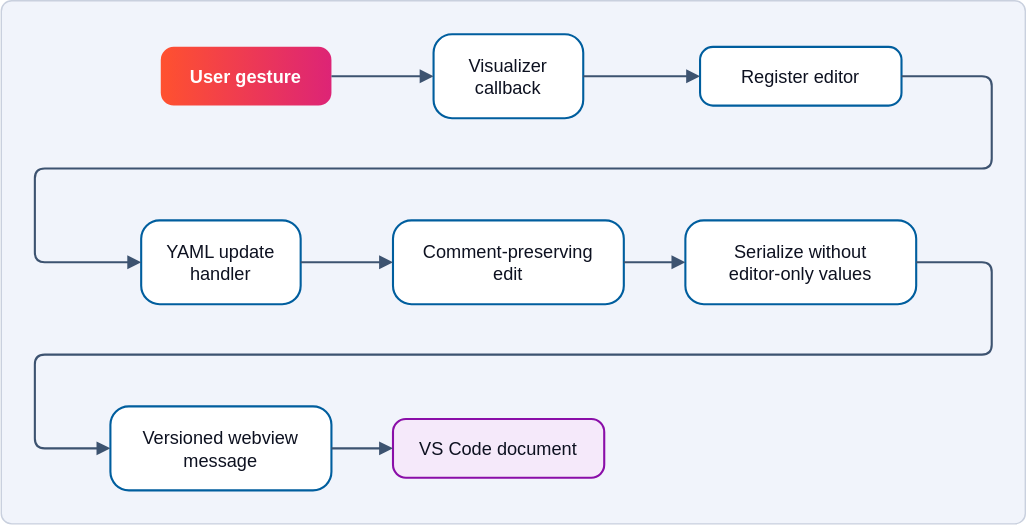
The draw.io diagram docs/images/diagrams/reference-bitfield-interaction-1.drawio.svg in bleviet/ipcraft-vscode, before a commit. Source tidied: cells renumbered, new cells last; positions are measured from the earlier drawing's top-left corner, leaving out a move shared by most shapes.
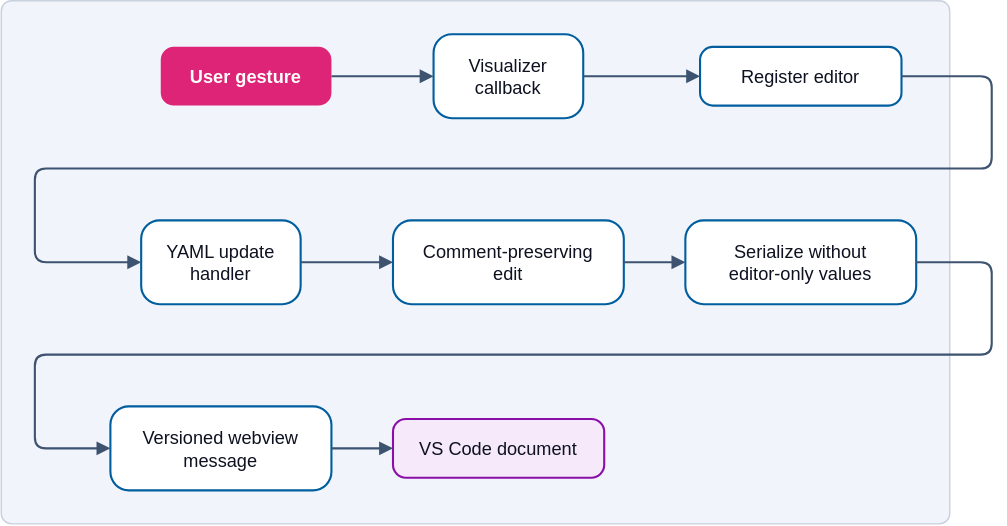
After the commit.

The edit, as a diff of the source:
```diff
@@ -3,10 +3,10 @@
     <mxCell id="0" />
     <mxCell id="1" value="Background" parent="0" />
     <mxCell id="2" style="rounded=1;arcSize=2;absoluteArcSize=0;fillColor=#f1f4fb;strokeColor=#c9d0de;" parent="1" vertex="1">
-      <mxGeometry width="732" height="374" as="geometry" />
+      <mxGeometry width="678" height="374" as="geometry" />
     </mxCell>
     <mxCell id="3" value="Diagram" parent="0" />
-    <mxCell id="4" value="User gesture" style="fontFamily=Manrope, Helvetica, Arial, sans-serif;fontSize=13;fontColor=#0d1120;strokeWidth=1.5;rounded=1;arcSize=22;fillColor=#ff512f;gradientColor=#dd2476;gradientDirection=east;strokeColor=none;fontColor=#ffffff;fontStyle=1;" parent="3" vertex="1">
+    <mxCell id="4" value="User gesture" style="fontFamily=Manrope, Helvetica, Arial, sans-serif;fontSize=13;fontColor=#0d1120;strokeWidth=1.5;rounded=1;arcSize=22;fillColor=#dd2476;strokeColor=none;fontColor=#ffffff;fontStyle=1;" parent="3" vertex="1">
       <mxGeometry x="114" y="33" width="122" height="42" as="geometry" />
     </mxCell>
     <mxCell id="5" value="Visualizer&#10;callback" style="fontFamily=Manrope, Helvetica, Arial, sans-serif;fontSize=13;fontColor=#0d1120;strokeWidth=1.5;rounded=1;arcSize=22;fillColor=#ffffff;strokeColor=#005e9e;" parent="3" vertex="1">
@@ -30,13 +30,13 @@
     <mxCell id="11" value="VS Code document" style="fontFamily=Manrope, Helvetica, Arial, sans-serif;fontSize=13;fontColor=#0d1120;strokeWidth=1.5;rounded=1;arcSize=22;fillColor=#f5e9fa;strokeColor=#8a0ea8;" parent="3" vertex="1">
       <mxGeometry x="280" y="299" width="151" height="42" as="geometry" />
     </mxCell>
-    <mxCell id="12" style="edgeStyle=orthogonalEdgeStyle;rounded=1;arcSize=14;strokeColor=#3d5370;strokeWidth=1.5;endArrow=block;endFill=1;endSize=6;fontFamily=Manrope, Helvetica, Arial, sans-serif;fontSize=11;fontColor=#3d5370;labelBackgroundColor=#f1f4fb;exitX=1;exitY=0.5;exitDx=0;exitDy=0;entryX=0;entryY=0.5;entryDx=0;entryDy=0;" parent="3" edge="1" source="4" target="5">
+    <mxCell id="12" style="edgeStyle=orthogonalEdgeStyle;rounded=1;arcSize=16;html=0;strokeColor=#3d5370;strokeWidth=1.5;endArrow=block;endFill=1;endSize=6;fontFamily=Manrope, Helvetica, Arial, sans-serif;fontSize=11;fontColor=#3d5370;labelBackgroundColor=#f1f4fb;exitX=1;exitY=0.5;exitDx=0;exitDy=0;entryX=0;entryY=0.5;entryDx=0;entryDy=0;" parent="3" edge="1" source="4" target="5">
       <mxGeometry relative="1" as="geometry" />
     </mxCell>
-    <mxCell id="13" style="edgeStyle=orthogonalEdgeStyle;rounded=1;arcSize=14;strokeColor=#3d5370;strokeWidth=1.5;endArrow=block;endFill=1;endSize=6;fontFamily=Manrope, Helvetica, Arial, sans-serif;fontSize=11;fontColor=#3d5370;labelBackgroundColor=#f1f4fb;exitX=1;exitY=0.5;exitDx=0;exitDy=0;entryX=0;entryY=0.5;entryDx=0;entryDy=0;" parent="3" edge="1" source="5" target="6">
+    <mxCell id="13" style="edgeStyle=orthogonalEdgeStyle;rounded=1;arcSize=16;html=0;strokeColor=#3d5370;strokeWidth=1.5;endArrow=block;endFill=1;endSize=6;fontFamily=Manrope, Helvetica, Arial, sans-serif;fontSize=11;fontColor=#3d5370;labelBackgroundColor=#f1f4fb;exitX=1;exitY=0.5;exitDx=0;exitDy=0;entryX=0;entryY=0.5;entryDx=0;entryDy=0;" parent="3" edge="1" source="5" target="6">
       <mxGeometry relative="1" as="geometry" />
     </mxCell>
-    <mxCell id="14" style="edgeStyle=orthogonalEdgeStyle;rounded=1;arcSize=14;strokeColor=#3d5370;strokeWidth=1.5;endArrow=block;endFill=1;endSize=6;fontFamily=Manrope, Helvetica, Arial, sans-serif;fontSize=11;fontColor=#3d5370;labelBackgroundColor=#f1f4fb;exitX=1;exitY=0.5;exitDx=0;exitDy=0;entryX=0;entryY=0.5;entryDx=0;entryDy=0;" parent="3" edge="1" source="6" target="7">
+    <mxCell id="14" style="edgeStyle=orthogonalEdgeStyle;rounded=1;arcSize=16;html=0;strokeColor=#3d5370;strokeWidth=1.5;endArrow=block;endFill=1;endSize=6;fontFamily=Manrope, Helvetica, Arial, sans-serif;fontSize=11;fontColor=#3d5370;labelBackgroundColor=#f1f4fb;exitX=1;exitY=0.5;exitDx=0;exitDy=0;entryX=0;entryY=0.5;entryDx=0;entryDy=0;" parent="3" edge="1" source="6" target="7">
       <mxGeometry relative="1" as="geometry">
         <Array as="points">
           <mxPoint x="708" y="54" />
@@ -46,13 +46,13 @@
         </Array>
       </mxGeometry>
     </mxCell>
-    <mxCell id="15" style="edgeStyle=orthogonalEdgeStyle;rounded=1;arcSize=14;strokeColor=#3d5370;strokeWidth=1.5;endArrow=block;endFill=1;endSize=6;fontFamily=Manrope, Helvetica, Arial, sans-serif;fontSize=11;fontColor=#3d5370;labelBackgroundColor=#f1f4fb;exitX=1;exitY=0.5;exitDx=0;exitDy=0;entryX=0;entryY=0.5;entryDx=0;entryDy=0;" parent="3" edge="1" source="7" target="8">
+    <mxCell id="15" style="edgeStyle=orthogonalEdgeStyle;rounded=1;arcSize=16;html=0;strokeColor=#3d5370;strokeWidth=1.5;endArrow=block;endFill=1;endSize=6;fontFamily=Manrope, Helvetica, Arial, sans-serif;fontSize=11;fontColor=#3d5370;labelBackgroundColor=#f1f4fb;exitX=1;exitY=0.5;exitDx=0;exitDy=0;entryX=0;entryY=0.5;entryDx=0;entryDy=0;" parent="3" edge="1" source="7" target="8">
       <mxGeometry relative="1" as="geometry" />
     </mxCell>
-    <mxCell id="16" style="edgeStyle=orthogonalEdgeStyle;rounded=1;arcSize=14;strokeColor=#3d5370;strokeWidth=1.5;endArrow=block;endFill=1;endSize=6;fontFamily=Manrope, Helvetica, Arial, sans-serif;fontSize=11;fontColor=#3d5370;labelBackgroundColor=#f1f4fb;exitX=1;exitY=0.5;exitDx=0;exitDy=0;entryX=0;entryY=0.5;entryDx=0;entryDy=0;" parent="3" edge="1" source="8" target="9">
+    <mxCell id="16" style="edgeStyle=orthogonalEdgeStyle;rounded=1;arcSize=16;html=0;strokeColor=#3d5370;strokeWidth=1.5;endArrow=block;endFill=1;endSize=6;fontFamily=Manrope, Helvetica, Arial, sans-serif;fontSize=11;fontColor=#3d5370;labelBackgroundColor=#f1f4fb;exitX=1;exitY=0.5;exitDx=0;exitDy=0;entryX=0;entryY=0.5;entryDx=0;entryDy=0;" parent="3" edge="1" source="8" target="9">
       <mxGeometry relative="1" as="geometry" />
     </mxCell>
-    <mxCell id="17" style="edgeStyle=orthogonalEdgeStyle;rounded=1;arcSize=14;strokeColor=#3d5370;strokeWidth=1.5;endArrow=block;endFill=1;endSize=6;fontFamily=Manrope, Helvetica, Arial, sans-serif;fontSize=11;fontColor=#3d5370;labelBackgroundColor=#f1f4fb;exitX=1;exitY=0.5;exitDx=0;exitDy=0;entryX=0;entryY=0.5;entryDx=0;entryDy=0;" parent="3" edge="1" source="9" target="10">
+    <mxCell id="17" style="edgeStyle=orthogonalEdgeStyle;rounded=1;arcSize=16;html=0;strokeColor=#3d5370;strokeWidth=1.5;endArrow=block;endFill=1;endSize=6;fontFamily=Manrope, Helvetica, Arial, sans-serif;fontSize=11;fontColor=#3d5370;labelBackgroundColor=#f1f4fb;exitX=1;exitY=0.5;exitDx=0;exitDy=0;entryX=0;entryY=0.5;entryDx=0;entryDy=0;" parent="3" edge="1" source="9" target="10">
       <mxGeometry relative="1" as="geometry">
         <Array as="points">
           <mxPoint x="708" y="187" />
@@ -62,7 +62,7 @@
         </Array>
       </mxGeometry>
     </mxCell>
-    <mxCell id="18" style="edgeStyle=orthogonalEdgeStyle;rounded=1;arcSize=14;strokeColor=#3d5370;strokeWidth=1.5;endArrow=block;endFill=1;endSize=6;fontFamily=Manrope, Helvetica, Arial, sans-serif;fontSize=11;fontColor=#3d5370;labelBackgroundColor=#f1f4fb;exitX=1;exitY=0.5;exitDx=0;exitDy=0;entryX=0;entryY=0.5;entryDx=0;entryDy=0;" parent="3" edge="1" source="10" target="11">
+    <mxCell id="18" style="edgeStyle=orthogonalEdgeStyle;rounded=1;arcSize=16;html=0;strokeColor=#3d5370;strokeWidth=1.5;endArrow=block;endFill=1;endSize=6;fontFamily=Manrope, Helvetica, Arial, sans-serif;fontSize=11;fontColor=#3d5370;labelBackgroundColor=#f1f4fb;exitX=1;exitY=0.5;exitDx=0;exitDy=0;entryX=0;entryY=0.5;entryDx=0;entryDy=0;" parent="3" edge="1" source="10" target="11">
       <mxGeometry relative="1" as="geometry" />
     </mxCell>
   </root>
```
